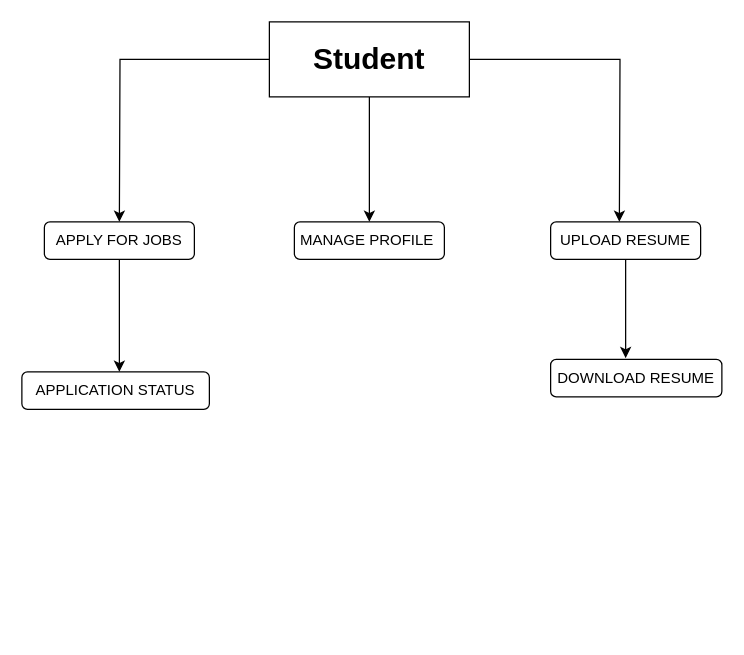
Earlier version of the draw.io diagram db/1.drawio (bhatkt71/campus). Source tidied: cells renumbered, new cells numbered last; positions are measured from the earlier drawing's top-left corner, leaving out a move shared by most shapes. Both pictures are drawn from the tidied source at 125%, with x=0, y=0 at pixel (21, 21).
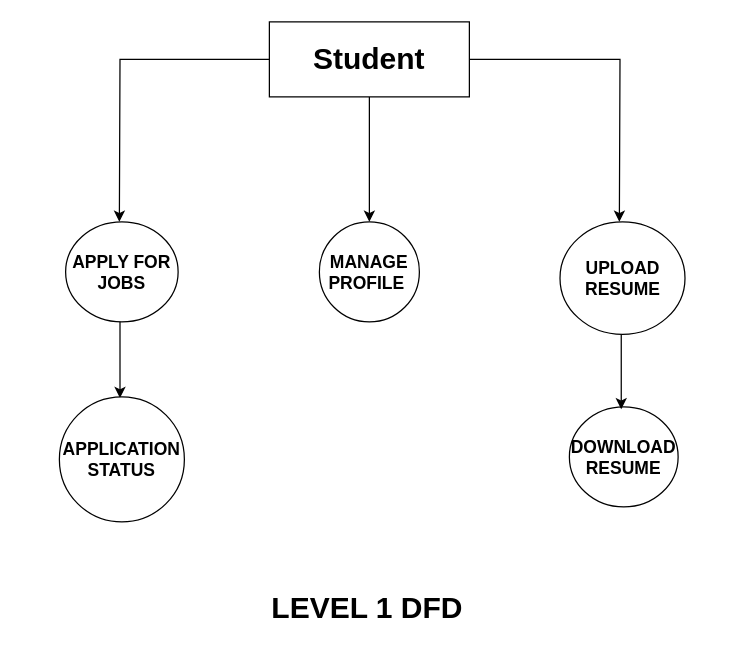
Above is the later version.

The edit, as a diff of the source:
```diff
@@
 <mxGraphModel>
   <root>
     <mxCell id="0" />
     <mxCell id="1" parent="0" />
     <mxCell id="2" style="edgeStyle=orthogonalEdgeStyle;rounded=0;jettySize=auto;html=1;" parent="1" edge="1" source="5">
       <mxGeometry relative="1" as="geometry">
         <mxPoint x="278" y="160" as="targetPoint" />
       </mxGeometry>
     </mxCell>
     <mxCell id="3" style="edgeStyle=orthogonalEdgeStyle;rounded=0;jettySize=auto;html=1;" parent="1" edge="1" source="5">
       <mxGeometry relative="1" as="geometry">
         <mxPoint x="78" y="160" as="targetPoint" />
       </mxGeometry>
     </mxCell>
     <mxCell id="4" style="edgeStyle=orthogonalEdgeStyle;rounded=0;jettySize=auto;html=1;" parent="1" edge="1" source="5">
       <mxGeometry relative="1" as="geometry">
         <mxPoint x="478" y="160" as="targetPoint" />
       </mxGeometry>
     </mxCell>
     <mxCell id="5" value="&lt;font style=&quot;font-size: 24px;&quot;&gt;&lt;b&gt;Student&lt;/b&gt;&lt;/font&gt;" style="whiteSpace=wrap;html=1;" parent="1" vertex="1">
       <mxGeometry x="198" width="160" height="60" as="geometry" />
     </mxCell>
-    <mxCell id="6" style="edgeStyle=orthogonalEdgeStyle;rounded=0;jettySize=auto;html=1;" parent="1" edge="1" source="7">
+    <mxCell id="6" style="edgeStyle=orthogonalEdgeStyle;rounded=0;orthogonalLoop=1;jettySize=auto;html=1;" parent="1" edge="1">
       <mxGeometry relative="1" as="geometry">
-        <mxPoint x="78" y="280" as="targetPoint" />
+        <mxPoint x="78.5" y="211" as="sourcePoint" />
+        <mxPoint x="78.5" y="301" as="targetPoint" />
       </mxGeometry>
     </mxCell>
+    <mxCell id="13" value="&lt;font style=&quot;font-size: 24px;&quot;&gt;&lt;b style=&quot;&quot;&gt;LEVEL 1 DFD&lt;/b&gt;&lt;/font&gt;" style="text;html=1;align=center;verticalAlign=middle;strokeColor=none;fillColor=none;" parent="1" vertex="1">
+      <mxGeometry x="186" y="449" width="180" height="40" as="geometry" />
+    </mxCell>
-    <mxCell id="7" value="APPLY FOR JOBS" style="rounded=1;whiteSpace=wrap;html=1;" parent="1" vertex="1">
-      <mxGeometry x="18" y="160" width="120" height="30" as="geometry" />
+    <mxCell id="7" value="&lt;font style=&quot;font-size: 14px;&quot;&gt;&lt;b&gt;APPLY FOR JOBS&lt;/b&gt;&lt;/font&gt;" style="ellipse;whiteSpace=wrap;html=1;fontColor=default;" parent="1" vertex="1">
+      <mxGeometry x="35" y="160" width="90" height="80" as="geometry" />
     </mxCell>
+    <mxCell id="11" value="&lt;font style=&quot;font-size: 14px;&quot;&gt;&lt;b&gt;APPLICATION STATUS&lt;/b&gt;&lt;/font&gt;" style="ellipse;whiteSpace=wrap;html=1;" parent="1" vertex="1">
+      <mxGeometry x="30" y="300" width="100" height="100" as="geometry" />
+    </mxCell>
-    <mxCell id="8" value="MANAGE PROFILE&amp;nbsp;" style="rounded=1;whiteSpace=wrap;html=1;" parent="1" vertex="1">
-      <mxGeometry x="218" y="160" width="120" height="30" as="geometry" />
+    <mxCell id="8" value="&lt;b&gt;&lt;font style=&quot;font-size: 14px;&quot;&gt;MANAGE PROFILE&amp;nbsp;&lt;/font&gt;&lt;/b&gt;" style="ellipse;whiteSpace=wrap;html=1;" parent="1" vertex="1">
+      <mxGeometry x="238" y="160" width="80" height="80" as="geometry" />
     </mxCell>
-    <mxCell id="9" style="edgeStyle=orthogonalEdgeStyle;rounded=0;jettySize=auto;html=1;entryX=0.438;entryY=-0.033;entryDx=0;entryDy=0;entryPerimeter=0;" parent="1" edge="1" source="10" target="12">
-      <mxGeometry relative="1" as="geometry" />
-    </mxCell>
+    <mxCell id="12" value="&lt;b&gt;&lt;font style=&quot;font-size: 14px;&quot;&gt;DOWNLOAD RESUME&lt;/font&gt;&lt;/b&gt;" style="ellipse;whiteSpace=wrap;html=1;" parent="1" vertex="1">
+      <mxGeometry x="438" y="308" width="87" height="80" as="geometry" />
+    </mxCell>
+    <mxCell id="14" style="edgeStyle=orthogonalEdgeStyle;rounded=0;orthogonalLoop=1;jettySize=auto;html=1;" parent="1" edge="1">
+      <mxGeometry relative="1" as="geometry">
+        <mxPoint x="479.5" y="250" as="sourcePoint" />
+        <mxPoint x="479.5" y="310" as="targetPoint" />
+      </mxGeometry>
+    </mxCell>
-    <mxCell id="10" value="UPLOAD RESUME" style="rounded=1;whiteSpace=wrap;html=1;" parent="1" vertex="1">
-      <mxGeometry x="423" y="160" width="120" height="30" as="geometry" />
+    <mxCell id="10" value="&lt;font style=&quot;font-size: 14px;&quot;&gt;&lt;b&gt;UPLOAD RESUME&lt;/b&gt;&lt;/font&gt;" style="ellipse;whiteSpace=wrap;html=1;" parent="1" vertex="1">
+      <mxGeometry x="430.5" y="160" width="100" height="90" as="geometry" />
     </mxCell>
-    <mxCell id="11" value="APPLICATION STATUS" style="rounded=1;whiteSpace=wrap;html=1;" parent="1" vertex="1">
-      <mxGeometry y="280" width="150" height="30" as="geometry" />
-    </mxCell>
-    <mxCell id="12" value="DOWNLOAD RESUME" style="rounded=1;whiteSpace=wrap;html=1;" parent="1" vertex="1">
-      <mxGeometry x="423" y="270" width="137" height="30" as="geometry" />
-    </mxCell>
   </root>
 </mxGraphModel>
```
